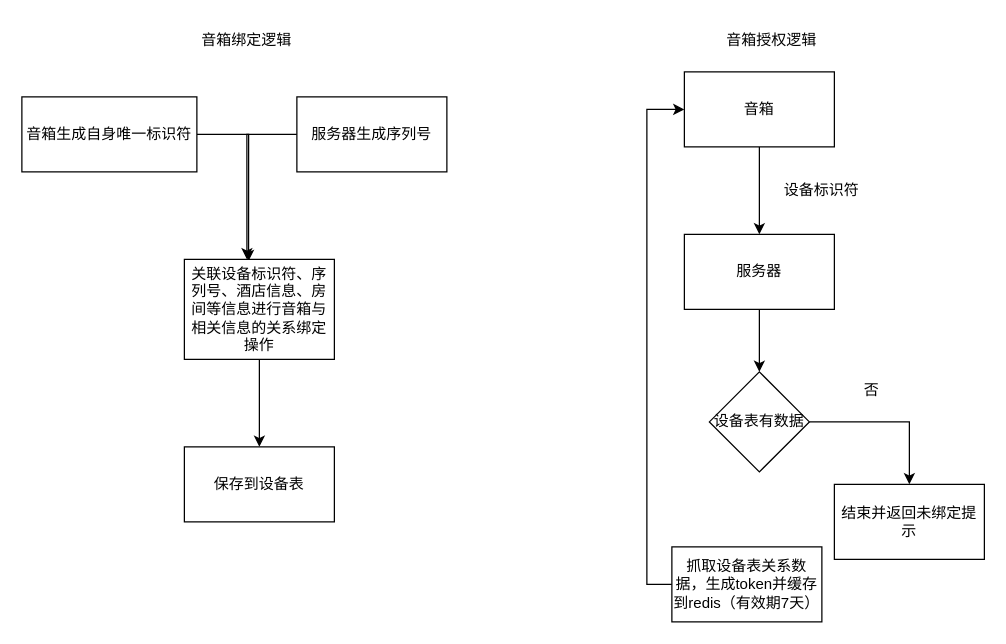
The draw.io diagram xzzh/音箱流程图.drawio in daniel-7d/draw, before the edit. Source tidied: cells renumbered, new cells numbered last; positions are measured from the earlier drawing's top-left corner, leaving out a move shared by most shapes. Both pictures are drawn from the tidied source at 125%, with x=0, y=0 at pixel (21, 21).
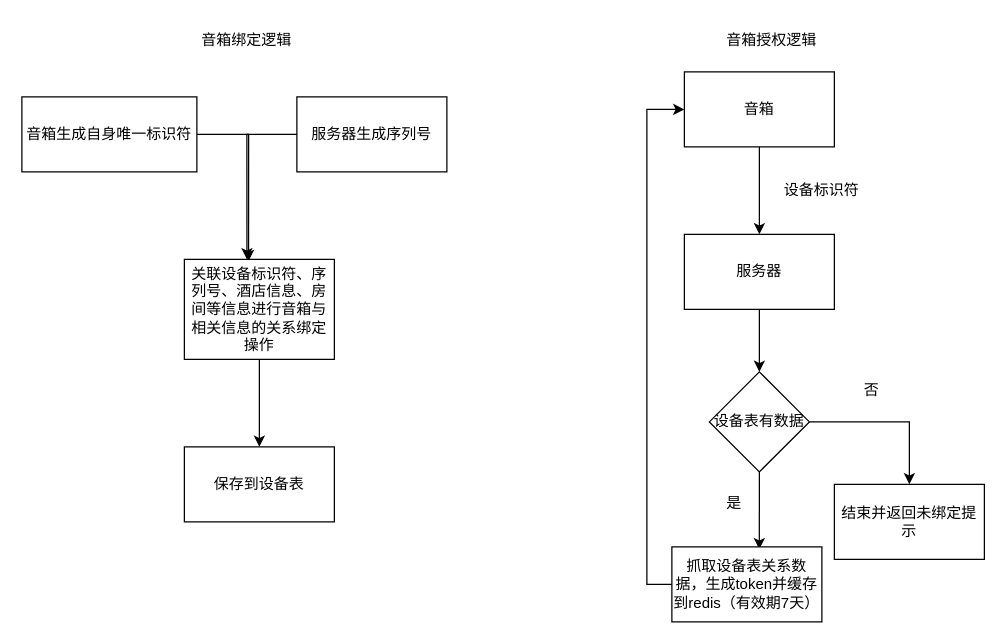
The same diagram, later.

Commit message (it also covers changes not shown here):
更新音箱流程图.drawio

The change refers to these unchanged cells:
```xml
<mxCell id="16" value="设备表有数据" style="rhombus;whiteSpace=wrap;html=1;" parent="1" vertex="1">
  <mxGeometry x="550" y="280" width="80" height="80" as="geometry" />
</mxCell>
<mxCell id="21" value="抓取设备表关系数据，生成token并缓存到redis（有效期7天）" style="rounded=0;whiteSpace=wrap;html=1;" parent="1" vertex="1">
  <mxGeometry x="520" y="420" width="120" height="60" as="geometry" />
</mxCell>
```

Diff of the diagram source:
```diff
@@
+    <mxCell id="22" style="edgeStyle=orthogonalEdgeStyle;rounded=0;jettySize=auto;html=1;exitX=0.5;exitY=1;exitDx=0;exitDy=0;entryX=0.583;entryY=0.033;entryDx=0;entryDy=0;entryPerimeter=0;" parent="1" edge="1" source="16" target="21">
+      <mxGeometry relative="1" as="geometry" />
+    </mxCell>
@@
+    <mxCell id="23" value="是" style="text;html=1;strokeColor=none;fillColor=none;align=center;verticalAlign=middle;whiteSpace=wrap;rounded=0;" parent="1" vertex="1">
+      <mxGeometry x="520" y="370" width="100" height="30" as="geometry" />
+    </mxCell>
```
